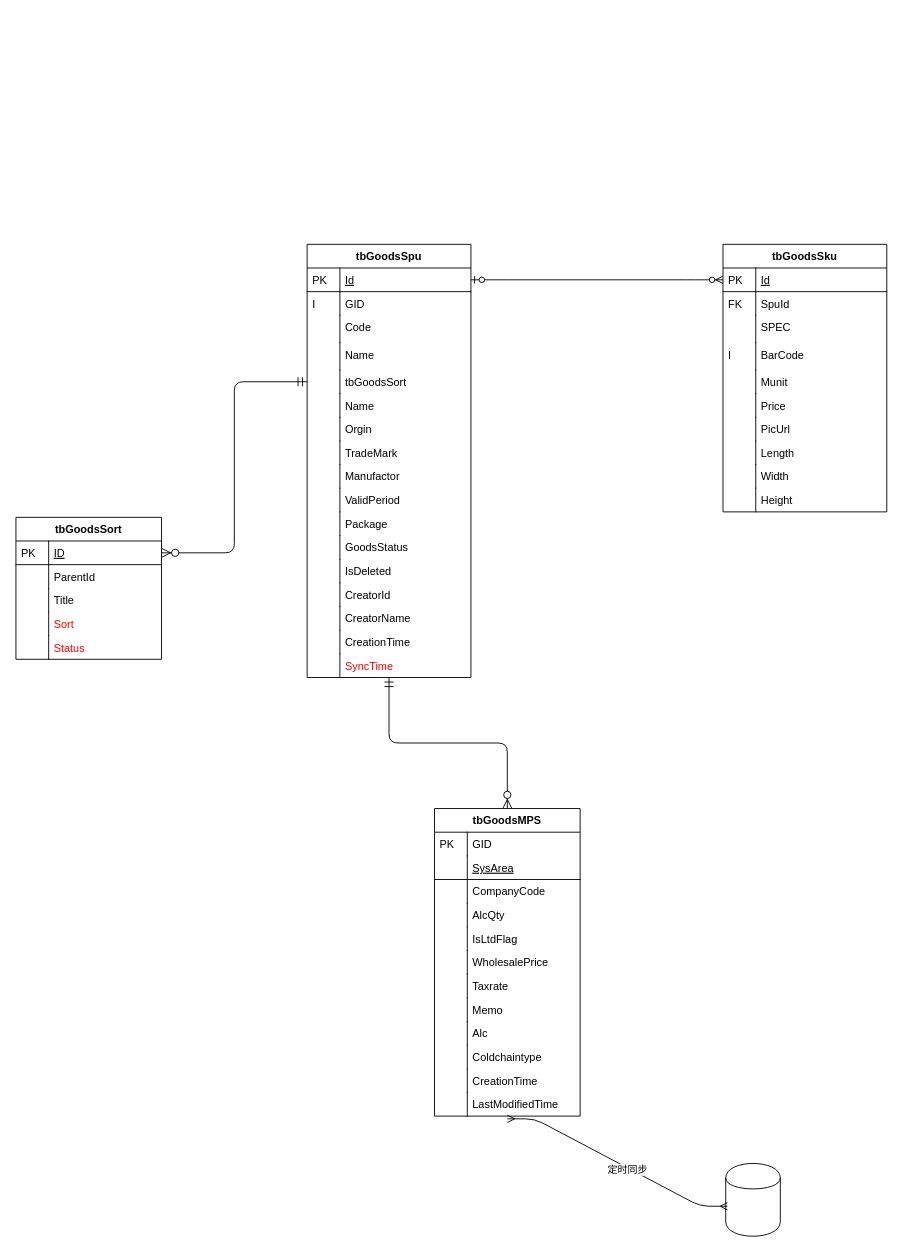
This is 未命名绘图 的副本.drawio from moxixuan/tbGoodsDesign, a draw.io file, before an edit. Source tidied: cells renumbered, new cells numbered last; positions are measured from the earlier drawing's top-left corner, leaving out a move shared by most shapes. Both pictures are drawn from the tidied source at 91%, with x=0, y=0 at pixel (15, 244).
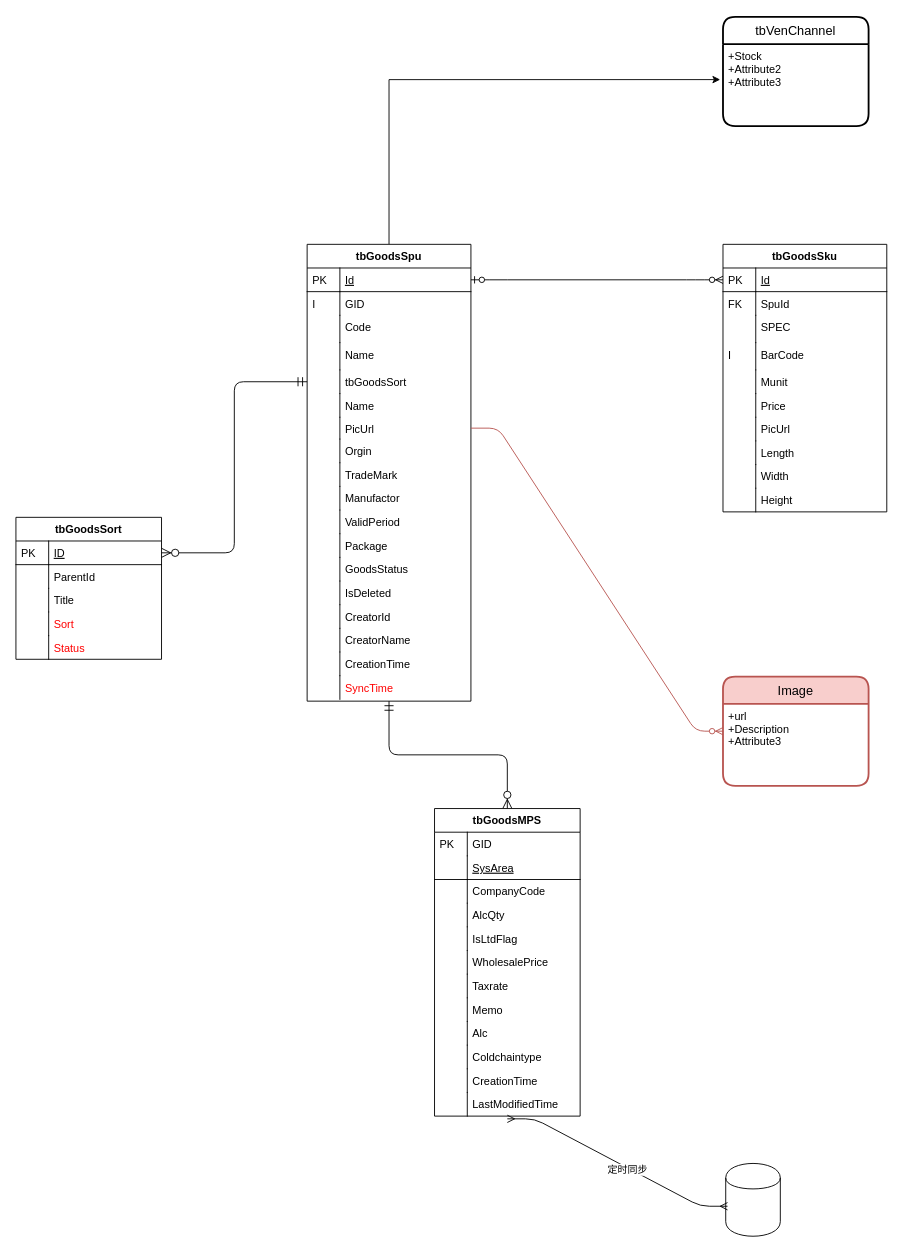
The same diagram, later.

Commit message (it also covers changes not shown here):
更新未命名绘图 的副本.drawio

What changed in the source:
```diff
@@
+    <mxCell id="100" style="edgeStyle=orthogonalEdgeStyle;rounded=0;jettySize=auto;html=1;exitX=0.5;exitY=0;exitDx=0;exitDy=0;entryX=-0.019;entryY=0.433;entryDx=0;entryDy=0;entryPerimeter=0;fontColor=#FF0000;" parent="1" edge="1" source="15" target="104">
+      <mxGeometry relative="1" as="geometry">
+        <Array as="points">
+          <mxPoint x="410" y="-181" />
+        </Array>
+      </mxGeometry>
+    </mxCell>
     <mxCell id="15" value="tbGoodsSpu" style="swimlane;fontStyle=1;horizontal=1;startSize=26;rounded=0;shadow=0;strokeWidth=1;" parent="1" vertex="1">
-      <mxGeometry x="320" width="180" height="476" as="geometry" />
+      <mxGeometry x="320" width="180" height="502" as="geometry" />
     </mxCell>
@@
+    <mxCell id="101" value="PicUrl" style="shape=partialRectangle;top=0;left=0;right=0;bottom=0;align=left;verticalAlign=top;fillColor=none;spacingLeft=40;spacingRight=4;overflow=hidden;points=[[0,0.5],[1,0.5]];portConstraint=eastwest;rounded=0;shadow=0;strokeWidth=1;" parent="15" vertex="1">
+      <mxGeometry y="190" width="180" height="24" as="geometry" />
+    </mxCell>
+    <mxCell id="102" style="shape=partialRectangle;top=0;left=0;bottom=0;fillColor=none;align=left;verticalAlign=top;spacingLeft=4;spacingRight=4;overflow=hidden;" parent="101" vertex="1">
+      <mxGeometry width="36" height="24" as="geometry" />
+    </mxCell>
     <mxCell id="28" value="Orgin" style="shape=partialRectangle;top=0;left=0;right=0;bottom=0;align=left;verticalAlign=top;fillColor=none;spacingLeft=40;spacingRight=4;overflow=hidden;rounded=0;shadow=0;strokeWidth=1;" parent="15" vertex="1">
-      <mxGeometry y="190" width="180" height="26" as="geometry" />
+      <mxGeometry y="214" width="180" height="26" as="geometry" />
     </mxCell>
@@
     <mxCell id="30" value="TradeMark" style="shape=partialRectangle;top=0;left=0;right=0;bottom=0;align=left;verticalAlign=top;fillColor=none;spacingLeft=40;spacingRight=4;overflow=hidden;rounded=0;shadow=0;strokeWidth=1;" parent="15" vertex="1">
-      <mxGeometry y="216" width="180" height="26" as="geometry" />
+      <mxGeometry y="240" width="180" height="26" as="geometry" />
     </mxCell>
@@
     <mxCell id="32" value="Manufactor" style="shape=partialRectangle;top=0;left=0;right=0;bottom=0;align=left;verticalAlign=top;fillColor=none;spacingLeft=40;spacingRight=4;overflow=hidden;rounded=0;shadow=0;strokeWidth=1;" parent="15" vertex="1">
-      <mxGeometry y="242" width="180" height="26" as="geometry" />
+      <mxGeometry y="266" width="180" height="26" as="geometry" />
     </mxCell>
@@
     <mxCell id="34" value="ValidPeriod" style="shape=partialRectangle;top=0;left=0;right=0;bottom=0;align=left;verticalAlign=top;fillColor=none;spacingLeft=40;spacingRight=4;overflow=hidden;rounded=0;shadow=0;strokeWidth=1;" parent="15" vertex="1">
-      <mxGeometry y="268" width="180" height="26" as="geometry" />
+      <mxGeometry y="292" width="180" height="26" as="geometry" />
     </mxCell>
@@
     <mxCell id="36" value="Package" style="shape=partialRectangle;top=0;left=0;right=0;bottom=0;align=left;verticalAlign=top;fillColor=none;spacingLeft=40;spacingRight=4;overflow=hidden;rounded=0;shadow=0;strokeWidth=1;" parent="15" vertex="1">
-      <mxGeometry y="294" width="180" height="26" as="geometry" />
+      <mxGeometry y="318" width="180" height="26" as="geometry" />
     </mxCell>
@@
     <mxCell id="38" value="GoodsStatus" style="shape=partialRectangle;top=0;left=0;right=0;bottom=0;align=left;verticalAlign=top;fillColor=none;spacingLeft=40;spacingRight=4;overflow=hidden;rounded=0;shadow=0;strokeWidth=1;" parent="15" vertex="1">
-      <mxGeometry y="320" width="180" height="26" as="geometry" />
+      <mxGeometry y="344" width="180" height="26" as="geometry" />
     </mxCell>
@@
     <mxCell id="40" value="IsDeleted" style="shape=partialRectangle;top=0;left=0;right=0;bottom=0;align=left;verticalAlign=top;fillColor=none;spacingLeft=40;spacingRight=4;overflow=hidden;rounded=0;shadow=0;strokeWidth=1;" parent="15" vertex="1">
-      <mxGeometry y="346" width="180" height="26" as="geometry" />
+      <mxGeometry y="370" width="180" height="26" as="geometry" />
     </mxCell>
@@
     <mxCell id="42" value="CreatorId" style="shape=partialRectangle;top=0;left=0;right=0;bottom=0;align=left;verticalAlign=top;fillColor=none;spacingLeft=40;spacingRight=4;overflow=hidden;rounded=0;shadow=0;strokeWidth=1;" parent="15" vertex="1">
-      <mxGeometry y="372" width="180" height="26" as="geometry" />
+      <mxGeometry y="396" width="180" height="26" as="geometry" />
     </mxCell>
@@
     <mxCell id="44" value="CreatorName" style="shape=partialRectangle;top=0;left=0;right=0;bottom=0;align=left;verticalAlign=top;fillColor=none;spacingLeft=40;spacingRight=4;overflow=hidden;rounded=0;shadow=0;strokeWidth=1;" parent="15" vertex="1">
-      <mxGeometry y="398" width="180" height="26" as="geometry" />
+      <mxGeometry y="422" width="180" height="26" as="geometry" />
     </mxCell>
@@
     <mxCell id="46" value="CreationTime" style="shape=partialRectangle;top=0;left=0;right=0;bottom=0;align=left;verticalAlign=top;fillColor=none;spacingLeft=40;spacingRight=4;overflow=hidden;rounded=0;shadow=0;strokeWidth=1;" parent="15" vertex="1">
-      <mxGeometry y="424" width="180" height="26" as="geometry" />
+      <mxGeometry y="448" width="180" height="26" as="geometry" />
     </mxCell>
@@
     <mxCell id="48" value="SyncTime" style="shape=partialRectangle;top=0;left=0;right=0;bottom=0;align=left;verticalAlign=top;fillColor=none;spacingLeft=40;spacingRight=4;overflow=hidden;rounded=0;shadow=0;strokeWidth=1;fontColor=#FF0000;" parent="15" vertex="1">
-      <mxGeometry y="450" width="180" height="26" as="geometry" />
+      <mxGeometry y="474" width="180" height="26" as="geometry" />
     </mxCell>
@@
+    <mxCell id="103" value="tbVenChannel" style="swimlane;horizontal=1;startSize=30;rounded=1;fontSize=14;fontStyle=0;strokeWidth=2;shadow=0;dashed=0;align=center;" parent="1" vertex="1">
+      <mxGeometry x="777" y="-250" width="160" height="120" as="geometry" />
+    </mxCell>
+    <mxCell id="104" value="+Stock&#10;+Attribute2&#10;+Attribute3" style="align=left;strokeColor=none;fillColor=none;spacingLeft=4;fontSize=12;verticalAlign=top;" parent="103" vertex="1">
+      <mxGeometry y="30" width="160" height="90" as="geometry" />
+    </mxCell>
+    <mxCell id="105" style="edgeStyle=entityRelationEdgeStyle;fontSize=12;html=1;endArrow=ERzeroToMany;endFill=1;exitX=1;exitY=0.5;exitDx=0;exitDy=0;fillColor=#f8cecc;strokeColor=#b85450;" parent="1" edge="1" source="101" target="106">
+      <mxGeometry relative="1" as="geometry" />
+    </mxCell>
+    <mxCell id="106" value="Image" style="swimlane;horizontal=1;startSize=30;rounded=1;fontSize=14;fontStyle=0;strokeWidth=2;shadow=0;dashed=0;align=center;fillColor=#f8cecc;strokeColor=#b85450;" parent="1" vertex="1">
+      <mxGeometry x="777" y="475" width="160" height="120" as="geometry" />
+    </mxCell>
+    <mxCell id="107" value="+url&#10;+Description&#10;+Attribute3" style="align=left;strokeColor=none;fillColor=none;spacingLeft=4;fontSize=12;verticalAlign=top;" parent="106" vertex="1">
+      <mxGeometry y="30" width="160" height="90" as="geometry" />
+    </mxCell>
```
